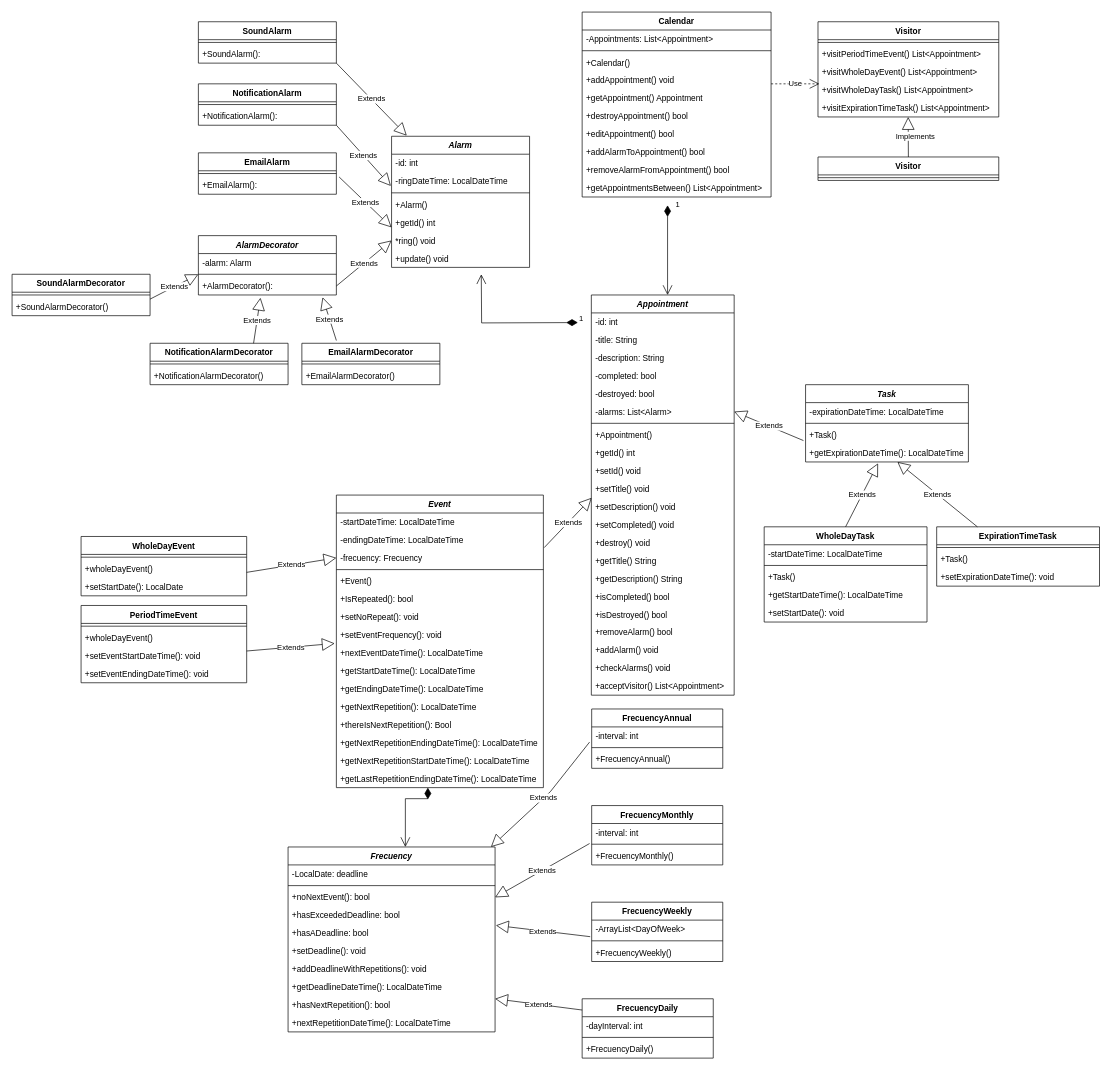
This is doc/UML-Calendar_Class_Diagram.drawio from gmenendez0/Calendar, a draw.io file, before an edit. Source tidied: cells renumbered, new cells numbered last; positions are measured from the earlier drawing's top-left corner, leaving out a move shared by most shapes. Both pictures are drawn from the tidied source at 69%, with x=0, y=0 at pixel (12, 12).
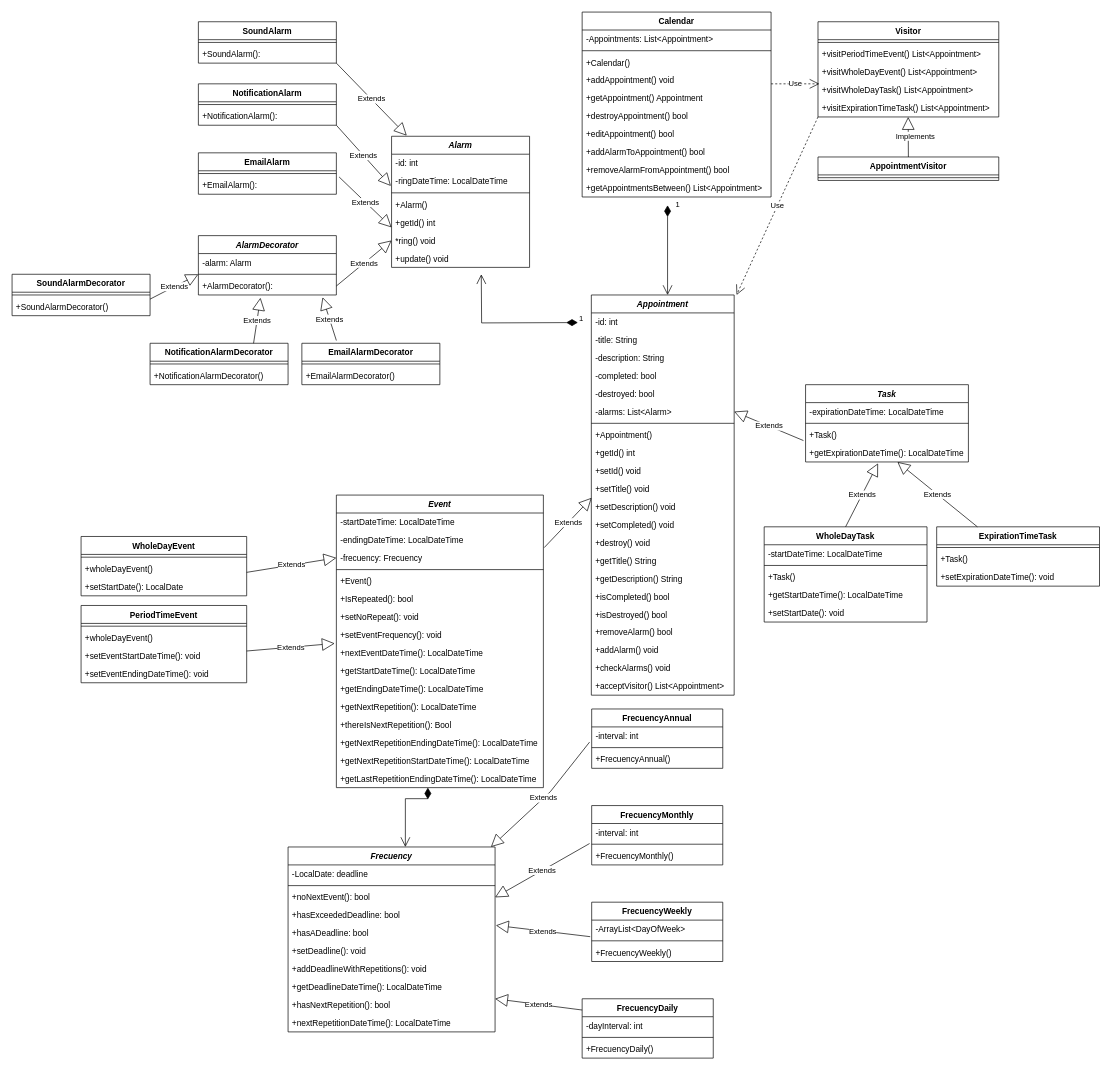
The same diagram, later.

Commit message (it also covers changes not shown here):
-Correccion de errores en UML

Change to the diagram source:
```diff
@@
-    <mxCell id="160" value="Visitor" style="swimlane;fontStyle=1;align=center;verticalAlign=top;horizontal=1;startSize=26;" parent="1" vertex="1">
+    <mxCell id="160" value="AppointmentVisitor" style="swimlane;fontStyle=1;align=center;verticalAlign=top;horizontal=1;startSize=26;" parent="1" vertex="1">
       <mxGeometry x="1168" y="210" width="262" height="34" as="geometry" />
     </mxCell>
@@
+    <mxCell id="165" value="Use" style="endArrow=open;endSize=12;dashed=1;html=1;rounded=0;" parent="1" edge="1">
+      <mxGeometry relative="1" as="geometry">
+        <mxPoint x="1168" y="152" as="sourcePoint" />
+        <mxPoint x="1050" y="410" as="targetPoint" />
+      </mxGeometry>
+    </mxCell>
```
